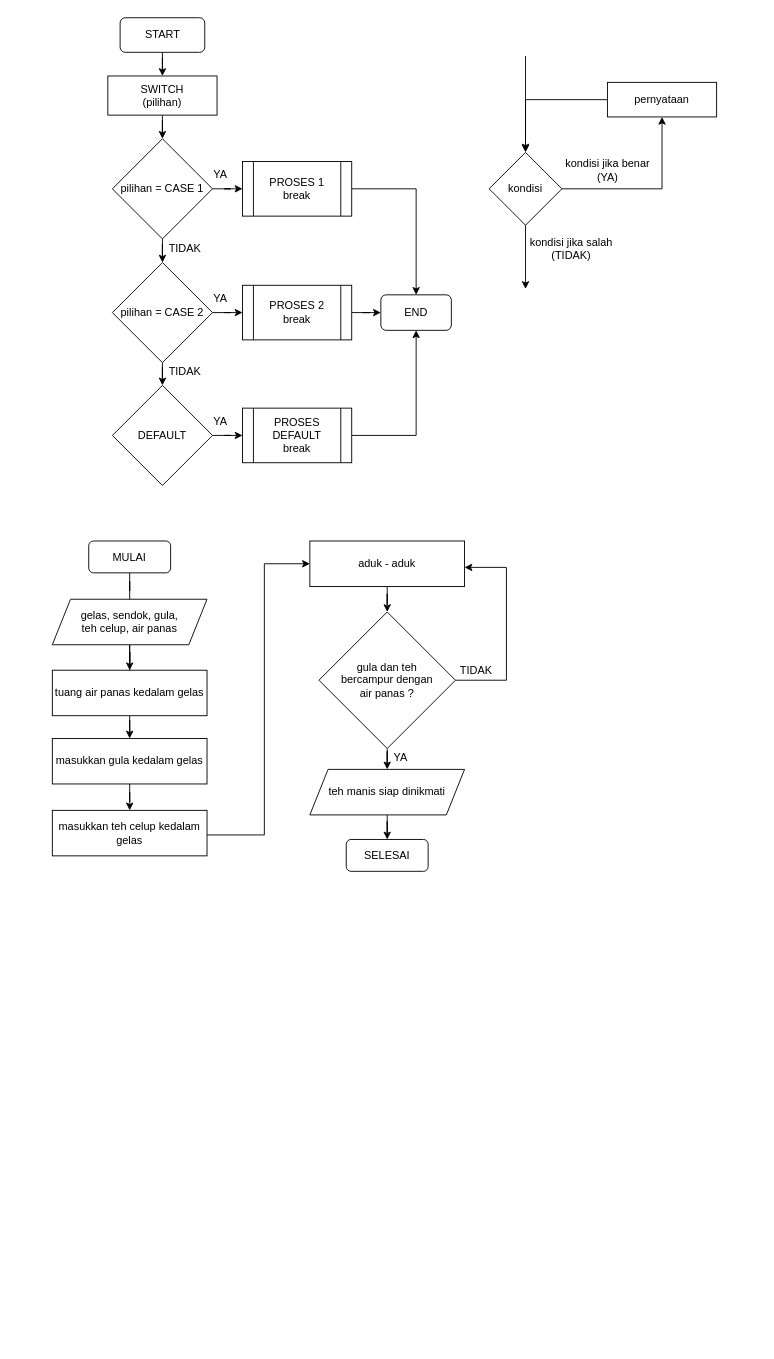
Before: Switch Case.drawio in kusmadi/flowchart, a draw.io diagram. Source tidied: cells renumbered, new cells numbered last; positions are measured from the earlier drawing's top-left corner, leaving out a move shared by most shapes. Both pictures are drawn from the tidied source at 91%, with x=0, y=0 at pixel (52, 17).
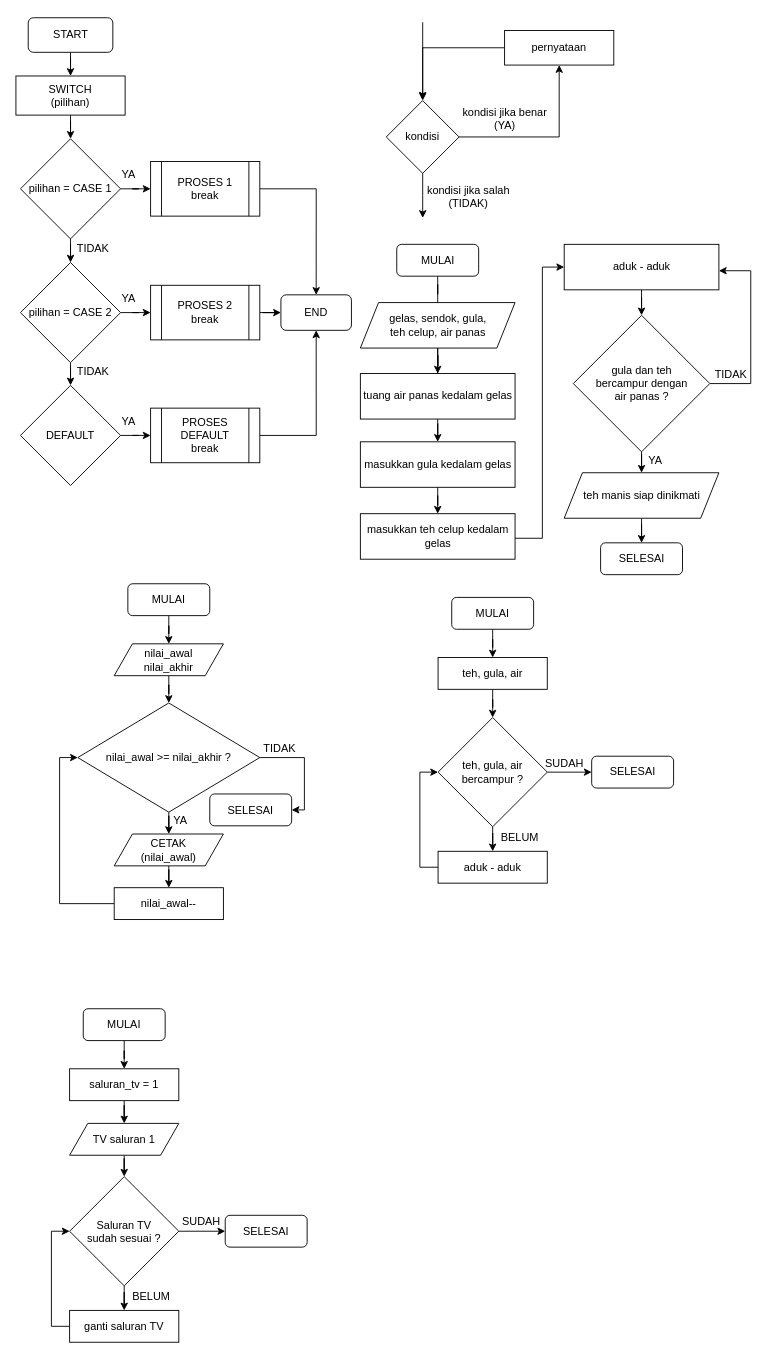
After the change.

What changed in the source:
```diff
@@
     <mxCell id="3" value="START" style="rounded=1;whiteSpace=wrap;html=1;" parent="1" vertex="1">
-      <mxGeometry x="74.5" width="93" height="38" as="geometry" />
+      <mxGeometry x="-26.5" width="93" height="38" as="geometry" />
     </mxCell>
@@
     <mxCell id="6" value="pilihan&amp;nbsp;= CASE 1" style="rhombus;whiteSpace=wrap;html=1;rounded=0;sketch=0;shadow=0;" parent="1" vertex="1">
-      <mxGeometry x="66" y="133" width="110" height="110" as="geometry" />
+      <mxGeometry x="-35" y="133" width="110" height="110" as="geometry" />
     </mxCell>
@@
     <mxCell id="9" value="pilihan&amp;nbsp;=&amp;nbsp;CASE 2" style="rhombus;whiteSpace=wrap;html=1;" parent="1" vertex="1">
-      <mxGeometry x="66" y="269" width="110" height="110" as="geometry" />
+      <mxGeometry x="-35" y="269" width="110" height="110" as="geometry" />
     </mxCell>
@@
     <mxCell id="11" value="DEFAULT" style="rhombus;whiteSpace=wrap;html=1;" parent="1" vertex="1">
-      <mxGeometry x="66" y="404" width="110" height="110" as="geometry" />
+      <mxGeometry x="-35" y="404" width="110" height="110" as="geometry" />
     </mxCell>
-    <mxCell id="12" style="edgeStyle=orthogonalEdgeStyle;rounded=0;jettySize=auto;html=1;" parent="1" edge="1" source="13" target="18">
+    <mxCell id="12" style="edgeStyle=orthogonalEdgeStyle;rounded=0;jettySize=auto;html=1;entryX=0.5;entryY=0;entryDx=0;entryDy=0;" parent="1" edge="1" source="13" target="18">
       <mxGeometry relative="1" as="geometry" />
     </mxCell>
     <mxCell id="13" value="PROSES 1&lt;br&gt;break" style="shape=process;whiteSpace=wrap;html=1;backgroundOutline=1;" parent="1" vertex="1">
-      <mxGeometry x="209" y="158" width="120" height="60" as="geometry" />
+      <mxGeometry x="108" y="158" width="120" height="60" as="geometry" />
     </mxCell>
-    <mxCell id="14" style="edgeStyle=orthogonalEdgeStyle;rounded=0;jettySize=auto;html=1;" parent="1" edge="1" source="15" target="18">
+    <mxCell id="14" style="edgeStyle=orthogonalEdgeStyle;rounded=0;jettySize=auto;html=1;entryX=0;entryY=0.5;entryDx=0;entryDy=0;" parent="1" edge="1" source="15" target="18">
       <mxGeometry relative="1" as="geometry" />
     </mxCell>
     <mxCell id="15" value="PROSES 2&lt;br&gt;break" style="shape=process;whiteSpace=wrap;html=1;backgroundOutline=1;" parent="1" vertex="1">
-      <mxGeometry x="209" y="294" width="120" height="60" as="geometry" />
+      <mxGeometry x="108" y="294" width="120" height="60" as="geometry" />
     </mxCell>
-    <mxCell id="16" style="edgeStyle=orthogonalEdgeStyle;rounded=0;jettySize=auto;html=1;" parent="1" edge="1" source="17" target="18">
+    <mxCell id="16" style="edgeStyle=orthogonalEdgeStyle;rounded=0;jettySize=auto;html=1;entryX=0.5;entryY=1;entryDx=0;entryDy=0;" parent="1" edge="1" source="17" target="18">
       <mxGeometry relative="1" as="geometry" />
     </mxCell>
     <mxCell id="17" value="PROSES DEFAULT&lt;br&gt;break" style="shape=process;whiteSpace=wrap;html=1;backgroundOutline=1;" parent="1" vertex="1">
-      <mxGeometry x="209" y="429" width="120" height="60" as="geometry" />
+      <mxGeometry x="108" y="429" width="120" height="60" as="geometry" />
     </mxCell>
     <mxCell id="18" value="END" style="rounded=1;whiteSpace=wrap;html=1;" parent="1" vertex="1">
-      <mxGeometry x="361" y="304.5" width="77.5" height="39" as="geometry" />
+      <mxGeometry x="251.2" y="304.5" width="77.5" height="39" as="geometry" />
     </mxCell>
     <mxCell id="19" value="YA" style="text;html=1;strokeColor=none;fillColor=none;align=center;verticalAlign=middle;whiteSpace=wrap;rounded=0;" parent="1" vertex="1">
-      <mxGeometry x="155" y="158" width="60" height="30" as="geometry" />
+      <mxGeometry x="54" y="158" width="60" height="30" as="geometry" />
     </mxCell>
     <mxCell id="20" value="TIDAK" style="text;html=1;strokeColor=none;fillColor=none;align=center;verticalAlign=middle;whiteSpace=wrap;rounded=0;" parent="1" vertex="1">
-      <mxGeometry x="116" y="239" width="60" height="30" as="geometry" />
+      <mxGeometry x="15" y="239" width="60" height="30" as="geometry" />
     </mxCell>
     <mxCell id="21" value="TIDAK" style="text;html=1;strokeColor=none;fillColor=none;align=center;verticalAlign=middle;whiteSpace=wrap;rounded=0;" parent="1" vertex="1">
-      <mxGeometry x="116" y="374" width="60" height="30" as="geometry" />
+      <mxGeometry x="15" y="374" width="60" height="30" as="geometry" />
     </mxCell>
     <mxCell id="22" value="YA" style="text;html=1;strokeColor=none;fillColor=none;align=center;verticalAlign=middle;whiteSpace=wrap;rounded=0;" parent="1" vertex="1">
-      <mxGeometry x="155" y="294" width="60" height="30" as="geometry" />
+      <mxGeometry x="54" y="294" width="60" height="30" as="geometry" />
     </mxCell>
     <mxCell id="23" value="YA" style="text;html=1;strokeColor=none;fillColor=none;align=center;verticalAlign=middle;whiteSpace=wrap;rounded=0;" parent="1" vertex="1">
-      <mxGeometry x="155" y="429" width="60" height="30" as="geometry" />
+      <mxGeometry x="54" y="429" width="60" height="30" as="geometry" />
     </mxCell>
@@
     <mxCell id="25" value="SWITCH&lt;br&gt;(pilihan)" style="rounded=0;whiteSpace=wrap;html=1;" parent="1" vertex="1">
-      <mxGeometry x="61" y="64" width="120" height="43" as="geometry" />
+      <mxGeometry x="-40" y="64" width="120" height="43" as="geometry" />
     </mxCell>
@@
     <mxCell id="27" style="edgeStyle=orthogonalEdgeStyle;rounded=0;jettySize=auto;html=1;" parent="1" edge="1" source="28">
       <mxGeometry relative="1" as="geometry">
-        <mxPoint x="520" y="298" as="targetPoint" />
+        <mxPoint x="407" y="220" as="targetPoint" />
       </mxGeometry>
     </mxCell>
     <mxCell id="28" value="kondisi" style="rhombus;whiteSpace=wrap;html=1;" parent="1" vertex="1">
-      <mxGeometry x="480" y="148" width="80" height="80" as="geometry" />
+      <mxGeometry x="367" y="91" width="80" height="80" as="geometry" />
     </mxCell>
@@
     <mxCell id="30" value="pernyataan" style="rounded=0;whiteSpace=wrap;html=1;" parent="1" vertex="1">
-      <mxGeometry x="610" y="71" width="120" height="38" as="geometry" />
+      <mxGeometry x="497" y="14" width="120" height="38" as="geometry" />
     </mxCell>
     <mxCell id="31" style="endArrow=classic;html=1;rounded=0;" parent="1" edge="1">
       <mxGeometry relative="1" as="geometry">
-        <mxPoint x="520" y="42" as="sourcePoint" />
-        <mxPoint x="520" y="147" as="targetPoint" />
+        <mxPoint x="407" y="5" as="sourcePoint" />
+        <mxPoint x="407" y="90" as="targetPoint" />
       </mxGeometry>
     </mxCell>
     <mxCell id="32" value="kondisi jika benar&lt;br&gt;(YA)" style="text;html=1;strokeColor=none;fillColor=none;align=center;verticalAlign=middle;whiteSpace=wrap;rounded=0;" parent="1" vertex="1">
-      <mxGeometry x="563" y="153" width="95" height="30" as="geometry" />
+      <mxGeometry x="450" y="96" width="95" height="30" as="geometry" />
     </mxCell>
     <mxCell id="33" value="kondisi jika salah&lt;br&gt;(TIDAK)" style="text;html=1;strokeColor=none;fillColor=none;align=center;verticalAlign=middle;whiteSpace=wrap;rounded=0;" parent="1" vertex="1">
-      <mxGeometry x="521" y="239" width="99" height="30" as="geometry" />
+      <mxGeometry x="408" y="182" width="99" height="30" as="geometry" />
     </mxCell>
@@
     <mxCell id="35" value="MULAI" style="rounded=1;whiteSpace=wrap;html=1;" parent="1" vertex="1">
-      <mxGeometry x="40" y="575" width="90" height="35" as="geometry" />
+      <mxGeometry x="378.5" y="249" width="90" height="35" as="geometry" />
     </mxCell>
@@
     <mxCell id="38" value="masukkan gula kedalam gelas" style="rounded=0;whiteSpace=wrap;html=1;" parent="1" vertex="1">
-      <mxGeometry y="792" width="170" height="50" as="geometry" />
+      <mxGeometry x="338.5" y="466" width="170" height="50" as="geometry" />
     </mxCell>
     <mxCell id="39" style="edgeStyle=orthogonalEdgeStyle;rounded=0;jettySize=auto;html=1;" parent="1" edge="1" source="40" target="42">
       <mxGeometry relative="1" as="geometry">
         <Array as="points">
-          <mxPoint x="233" y="898" />
-          <mxPoint x="233" y="600" />
+          <mxPoint x="538.5" y="572" />
+          <mxPoint x="538.5" y="274" />
         </Array>
       </mxGeometry>
     </mxCell>
     <mxCell id="40" value="masukkan teh celup kedalam gelas" style="rounded=0;whiteSpace=wrap;html=1;" parent="1" vertex="1">
-      <mxGeometry y="871" width="170" height="50" as="geometry" />
+      <mxGeometry x="338.5" y="545" width="170" height="50" as="geometry" />
     </mxCell>
@@
     <mxCell id="42" value="aduk - aduk" style="rounded=0;whiteSpace=wrap;html=1;" parent="1" vertex="1">
-      <mxGeometry x="283" y="575" width="170" height="50" as="geometry" />
+      <mxGeometry x="562.5" y="249" width="170" height="50" as="geometry" />
     </mxCell>
@@
     <mxCell id="44" style="edgeStyle=orthogonalEdgeStyle;rounded=0;jettySize=auto;html=1;" parent="1" edge="1" source="45" target="42">
       <mxGeometry relative="1" as="geometry">
         <Array as="points">
-          <mxPoint x="499" y="728" />
-          <mxPoint x="499" y="604" />
+          <mxPoint x="767.5" y="402" />
+          <mxPoint x="767.5" y="278" />
         </Array>
       </mxGeometry>
     </mxCell>
     <mxCell id="45" value="gula dan teh&lt;br&gt;bercampur dengan&lt;br&gt;air panas ?" style="rhombus;whiteSpace=wrap;html=1;" parent="1" vertex="1">
-      <mxGeometry x="293" y="653" width="150" height="150" as="geometry" />
+      <mxGeometry x="572.5" y="327" width="150" height="150" as="geometry" />
     </mxCell>
@@
     <mxCell id="47" value="teh manis siap dinikmati" style="shape=parallelogram;perimeter=parallelogramPerimeter;whiteSpace=wrap;html=1;fixedSize=1;" parent="1" vertex="1">
-      <mxGeometry x="283" y="826" width="170" height="50" as="geometry" />
+      <mxGeometry x="562.5" y="500" width="170" height="50" as="geometry" />
     </mxCell>
     <mxCell id="48" value="SELESAI" style="rounded=1;whiteSpace=wrap;html=1;" parent="1" vertex="1">
-      <mxGeometry x="323" y="903" width="90" height="35" as="geometry" />
+      <mxGeometry x="602.5" y="577" width="90" height="35" as="geometry" />
     </mxCell>
     <mxCell id="49" value="tuang air panas kedalam gelas" style="rounded=0;whiteSpace=wrap;html=1;" parent="1" vertex="1">
-      <mxGeometry y="717" width="170" height="50" as="geometry" />
+      <mxGeometry x="338.5" y="391" width="170" height="50" as="geometry" />
     </mxCell>
@@
     <mxCell id="51" value="gelas, sendok, gula,&lt;br&gt;teh celup, air panas" style="shape=parallelogram;perimeter=parallelogramPerimeter;whiteSpace=wrap;html=1;fixedSize=1;" parent="1" vertex="1">
-      <mxGeometry y="639" width="170" height="50" as="geometry" />
+      <mxGeometry x="338.5" y="313" width="170" height="50" as="geometry" />
     </mxCell>
@@
     <mxCell id="53" value="YA" style="text;html=1;strokeColor=none;fillColor=none;align=center;verticalAlign=middle;whiteSpace=wrap;rounded=0;" parent="1" vertex="1">
-      <mxGeometry x="353" y="798" width="60" height="30" as="geometry" />
+      <mxGeometry x="632.5" y="472" width="60" height="30" as="geometry" />
     </mxCell>
     <mxCell id="54" value="TIDAK" style="text;html=1;strokeColor=none;fillColor=none;align=center;verticalAlign=middle;whiteSpace=wrap;rounded=0;" parent="1" vertex="1">
-      <mxGeometry x="436" y="703" width="60" height="30" as="geometry" />
+      <mxGeometry x="715.5" y="377" width="60" height="30" as="geometry" />
     </mxCell>
+    <mxCell id="55" style="edgeStyle=orthogonalEdgeStyle;rounded=0;jettySize=auto;html=1;" parent="1" edge="1" source="56" target="58">
+      <mxGeometry relative="1" as="geometry" />
+    </mxCell>
+    <mxCell id="56" value="MULAI" style="rounded=1;whiteSpace=wrap;html=1;" parent="1" vertex="1">
+      <mxGeometry x="83" y="622" width="90" height="35" as="geometry" />
+    </mxCell>
+    <mxCell id="57" style="edgeStyle=orthogonalEdgeStyle;rounded=0;jettySize=auto;html=1;" parent="1" edge="1" source="58" target="61">
+      <mxGeometry relative="1" as="geometry" />
+    </mxCell>
+    <mxCell id="58" value="nilai_awal&lt;br&gt;nilai_akhir" style="shape=parallelogram;perimeter=parallelogramPerimeter;whiteSpace=wrap;html=1;fixedSize=1;" parent="1" vertex="1">
+      <mxGeometry x="68" y="688" width="120" height="35" as="geometry" />
+    </mxCell>
+    <mxCell id="59" style="edgeStyle=orthogonalEdgeStyle;rounded=0;jettySize=auto;html=1;" parent="1" edge="1" source="61" target="63">
+      <mxGeometry relative="1" as="geometry" />
+    </mxCell>
+    <mxCell id="60" style="edgeStyle=orthogonalEdgeStyle;rounded=0;jettySize=auto;html=1;" parent="1" edge="1" source="61" target="66">
+      <mxGeometry relative="1" as="geometry">
+        <Array as="points">
+          <mxPoint x="277" y="813" />
+        </Array>
+      </mxGeometry>
+    </mxCell>
+    <mxCell id="61" value="nilai_awal &amp;gt;= nilai_akhir ?" style="rhombus;whiteSpace=wrap;html=1;" parent="1" vertex="1">
+      <mxGeometry x="28" y="753" width="200" height="120" as="geometry" />
+    </mxCell>
+    <mxCell id="62" style="edgeStyle=orthogonalEdgeStyle;rounded=0;jettySize=auto;html=1;" parent="1" edge="1" source="63" target="65">
+      <mxGeometry relative="1" as="geometry" />
+    </mxCell>
+    <mxCell id="63" value="CETAK&lt;br&gt;(nilai_awal)" style="shape=parallelogram;perimeter=parallelogramPerimeter;whiteSpace=wrap;html=1;fixedSize=1;" parent="1" vertex="1">
+      <mxGeometry x="68" y="897" width="120" height="35" as="geometry" />
+    </mxCell>
+    <mxCell id="64" style="edgeStyle=orthogonalEdgeStyle;rounded=0;jettySize=auto;html=1;entryX=0;entryY=0.5;entryDx=0;entryDy=0;" parent="1" edge="1" source="65" target="61">
+      <mxGeometry relative="1" as="geometry">
+        <Array as="points">
+          <mxPoint x="8" y="974" />
+          <mxPoint x="8" y="813" />
+        </Array>
+      </mxGeometry>
+    </mxCell>
+    <mxCell id="65" value="nilai_awal--" style="rounded=0;whiteSpace=wrap;html=1;" parent="1" vertex="1">
+      <mxGeometry x="68" y="956" width="120" height="35" as="geometry" />
+    </mxCell>
+    <mxCell id="66" value="SELESAI" style="rounded=1;whiteSpace=wrap;html=1;" parent="1" vertex="1">
+      <mxGeometry x="173" y="853" width="90" height="35" as="geometry" />
+    </mxCell>
+    <mxCell id="67" value="YA" style="text;html=1;strokeColor=none;fillColor=none;align=center;verticalAlign=middle;whiteSpace=wrap;rounded=0;" parent="1" vertex="1">
+      <mxGeometry x="111" y="867" width="60" height="30" as="geometry" />
+    </mxCell>
+    <mxCell id="68" value="TIDAK" style="text;html=1;strokeColor=none;fillColor=none;align=center;verticalAlign=middle;whiteSpace=wrap;rounded=0;" parent="1" vertex="1">
+      <mxGeometry x="220" y="788" width="60" height="30" as="geometry" />
+    </mxCell>
+    <mxCell id="69" style="edgeStyle=orthogonalEdgeStyle;rounded=0;jettySize=auto;html=1;" parent="1" edge="1" source="70" target="78">
+      <mxGeometry relative="1" as="geometry" />
+    </mxCell>
+    <mxCell id="70" value="MULAI" style="rounded=1;whiteSpace=wrap;html=1;" parent="1" vertex="1">
+      <mxGeometry x="438.9" y="637" width="90" height="35" as="geometry" />
+    </mxCell>
+    <mxCell id="71" value="SELESAI" style="rounded=1;whiteSpace=wrap;html=1;" parent="1" vertex="1">
+      <mxGeometry x="592.7" y="811.5" width="90" height="35" as="geometry" />
+    </mxCell>
+    <mxCell id="72" style="edgeStyle=orthogonalEdgeStyle;rounded=0;jettySize=auto;html=1;" parent="1" edge="1" source="74" target="76">
+      <mxGeometry relative="1" as="geometry" />
+    </mxCell>
+    <mxCell id="73" style="edgeStyle=orthogonalEdgeStyle;rounded=0;jettySize=auto;html=1;" parent="1" edge="1" source="74" target="71">
+      <mxGeometry relative="1" as="geometry" />
+    </mxCell>
+    <mxCell id="74" value="teh, gula, air&lt;br&gt;bercampur ?" style="rhombus;whiteSpace=wrap;html=1;" parent="1" vertex="1">
+      <mxGeometry x="423.9" y="769" width="120" height="120" as="geometry" />
+    </mxCell>
+    <mxCell id="75" style="edgeStyle=orthogonalEdgeStyle;rounded=0;jettySize=auto;html=1;entryX=0;entryY=0.5;entryDx=0;entryDy=0;exitX=0;exitY=0.5;exitDx=0;exitDy=0;" parent="1" edge="1" source="76" target="74">
+      <mxGeometry relative="1" as="geometry" />
+    </mxCell>
+    <mxCell id="76" value="aduk - aduk" style="whiteSpace=wrap;html=1;" parent="1" vertex="1">
+      <mxGeometry x="423.9" y="916" width="120" height="35" as="geometry" />
+    </mxCell>
+    <mxCell id="77" style="edgeStyle=orthogonalEdgeStyle;rounded=0;jettySize=auto;html=1;" parent="1" edge="1" source="78" target="74">
+      <mxGeometry relative="1" as="geometry" />
+    </mxCell>
+    <mxCell id="78" value="teh, gula, air" style="rounded=0;whiteSpace=wrap;html=1;" parent="1" vertex="1">
+      <mxGeometry x="423.9" y="703" width="120" height="35" as="geometry" />
+    </mxCell>
+    <mxCell id="79" style="edgeStyle=orthogonalEdgeStyle;rounded=0;jettySize=auto;html=1;" parent="1" edge="1" source="80" target="88">
+      <mxGeometry relative="1" as="geometry" />
+    </mxCell>
+    <mxCell id="80" value="MULAI" style="rounded=1;whiteSpace=wrap;html=1;" parent="1" vertex="1">
+      <mxGeometry x="34" y="1089" width="90" height="35" as="geometry" />
+    </mxCell>
+    <mxCell id="81" value="SELESAI" style="rounded=1;whiteSpace=wrap;html=1;" parent="1" vertex="1">
+      <mxGeometry x="190" y="1316" width="90" height="35" as="geometry" />
+    </mxCell>
+    <mxCell id="82" style="edgeStyle=orthogonalEdgeStyle;rounded=0;jettySize=auto;html=1;" parent="1" edge="1" source="84" target="86">
+      <mxGeometry relative="1" as="geometry" />
+    </mxCell>
+    <mxCell id="83" style="edgeStyle=orthogonalEdgeStyle;rounded=0;jettySize=auto;html=1;" parent="1" edge="1" source="84" target="81">
+      <mxGeometry relative="1" as="geometry" />
+    </mxCell>
+    <mxCell id="84" value="Saluran TV&lt;br&gt;sudah sesuai ?" style="rhombus;whiteSpace=wrap;html=1;" parent="1" vertex="1">
+      <mxGeometry x="19" y="1273.5" width="120" height="120" as="geometry" />
+    </mxCell>
+    <mxCell id="85" style="edgeStyle=orthogonalEdgeStyle;rounded=0;jettySize=auto;html=1;entryX=0;entryY=0.5;entryDx=0;entryDy=0;exitX=0;exitY=0.5;exitDx=0;exitDy=0;" parent="1" edge="1" source="86" target="84">
+      <mxGeometry relative="1" as="geometry" />
+    </mxCell>
+    <mxCell id="86" value="ganti saluran TV" style="whiteSpace=wrap;html=1;" parent="1" vertex="1">
+      <mxGeometry x="19" y="1420.5" width="120" height="35" as="geometry" />
+    </mxCell>
+    <mxCell id="87" style="edgeStyle=orthogonalEdgeStyle;rounded=0;jettySize=auto;html=1;" parent="1" edge="1" source="88" target="90">
+      <mxGeometry relative="1" as="geometry" />
+    </mxCell>
+    <mxCell id="88" value="saluran_tv = 1" style="rounded=0;whiteSpace=wrap;html=1;" parent="1" vertex="1">
+      <mxGeometry x="19" y="1155" width="120" height="35" as="geometry" />
+    </mxCell>
+    <mxCell id="89" style="edgeStyle=orthogonalEdgeStyle;rounded=0;jettySize=auto;html=1;" parent="1" edge="1" source="90" target="84">
+      <mxGeometry relative="1" as="geometry" />
+    </mxCell>
+    <mxCell id="90" value="TV saluran 1" style="shape=parallelogram;perimeter=parallelogramPerimeter;whiteSpace=wrap;html=1;fixedSize=1;" parent="1" vertex="1">
+      <mxGeometry x="19" y="1215" width="120" height="35" as="geometry" />
+    </mxCell>
+    <mxCell id="91" value="SUDAH" style="text;html=1;strokeColor=none;fillColor=none;align=center;verticalAlign=middle;whiteSpace=wrap;rounded=0;" parent="1" vertex="1">
+      <mxGeometry x="532.7" y="805" width="60" height="30" as="geometry" />
+    </mxCell>
+    <mxCell id="92" value="BELUM" style="text;html=1;strokeColor=none;fillColor=none;align=center;verticalAlign=middle;whiteSpace=wrap;rounded=0;" parent="1" vertex="1">
+      <mxGeometry x="484" y="886" width="60" height="30" as="geometry" />
+    </mxCell>
+    <mxCell id="93" value="SUDAH" style="text;html=1;strokeColor=none;fillColor=none;align=center;verticalAlign=middle;whiteSpace=wrap;rounded=0;" parent="1" vertex="1">
+      <mxGeometry x="134" y="1308" width="60" height="30" as="geometry" />
+    </mxCell>
+    <mxCell id="94" value="BELUM" style="text;html=1;strokeColor=none;fillColor=none;align=center;verticalAlign=middle;whiteSpace=wrap;rounded=0;" parent="1" vertex="1">
+      <mxGeometry x="79" y="1390.5" width="60" height="30" as="geometry" />
+    </mxCell>
```
